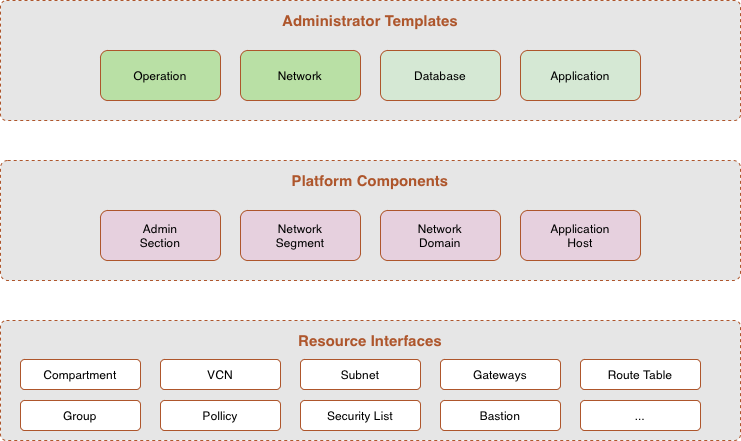
The draw.io diagram doc/image/code_structure.png in oracle-devrel/terraform-oci-ocloud-foundation, before a commit. Source tidied: cells renumbered, new cells last; positions are measured from the earlier drawing's top-left corner, leaving out a move shared by most shapes.
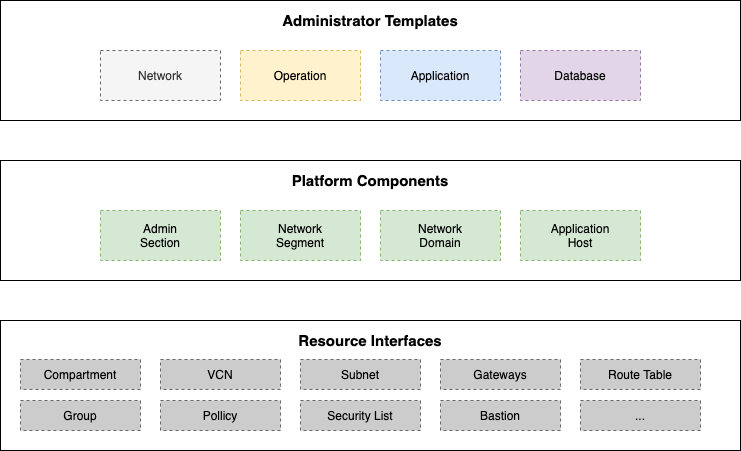
Above is the later version.

Diff of the diagram source:
```diff
@@ -2,67 +2,67 @@
   <root>
     <mxCell id="0" />
     <mxCell id="1" parent="0" />
-    <mxCell id="2" value="Administrator Templates" style="rounded=1;whiteSpace=wrap;html=1;arcSize=5;verticalAlign=top;spacingTop=5;fontStyle=1;fontSize=15;fillColor=#E6E6E6;strokeColor=#AE562C;fontColor=#AE562C;dashed=1;" parent="1" vertex="1">
+    <mxCell id="2" value="Administrator Templates" style="rounded=0;whiteSpace=wrap;html=1;arcSize=5;verticalAlign=top;spacingTop=5;fontStyle=1;fontSize=15;" parent="1" vertex="1">
       <mxGeometry width="740" height="120" as="geometry" />
     </mxCell>
-    <mxCell id="3" value="Platform Components" style="rounded=1;whiteSpace=wrap;html=1;arcSize=6;verticalAlign=top;spacingTop=5;fontStyle=1;fontSize=15;fillColor=#E6E6E6;strokeColor=#AE562C;fontColor=#AE562C;dashed=1;" parent="1" vertex="1">
+    <mxCell id="3" value="Platform Components" style="rounded=0;whiteSpace=wrap;html=1;arcSize=6;verticalAlign=top;spacingTop=5;fontStyle=1;fontSize=15;" parent="1" vertex="1">
       <mxGeometry y="160" width="740" height="120" as="geometry" />
     </mxCell>
-    <mxCell id="4" value="Resource Interfaces" style="rounded=1;whiteSpace=wrap;html=1;arcSize=5;verticalAlign=top;spacingTop=5;fontStyle=1;fontSize=15;fillColor=#E6E6E6;strokeColor=#AE562C;fontColor=#AE562C;dashed=1;" parent="1" vertex="1">
-      <mxGeometry y="320" width="740" height="120" as="geometry" />
+    <mxCell id="4" value="Resource Interfaces" style="rounded=0;whiteSpace=wrap;html=1;arcSize=5;verticalAlign=top;spacingTop=5;fontStyle=1;fontSize=15;" parent="1" vertex="1">
+      <mxGeometry y="320" width="740" height="130" as="geometry" />
     </mxCell>
-    <mxCell id="5" value="Operation" style="rounded=1;whiteSpace=wrap;html=1;strokeColor=#AE562C;fillColor=#B9E0A5;" parent="1" vertex="1">
-      <mxGeometry x="100" y="50" width="120" height="50" as="geometry" />
+    <mxCell id="5" value="Operation" style="rounded=0;whiteSpace=wrap;html=1;strokeColor=#d6b656;fillColor=#fff2cc;dashed=1;" parent="1" vertex="1">
+      <mxGeometry x="240" y="50" width="120" height="50" as="geometry" />
     </mxCell>
-    <mxCell id="6" value="Network" style="rounded=1;whiteSpace=wrap;html=1;strokeColor=#AE562C;fillColor=#B9E0A5;" parent="1" vertex="1">
-      <mxGeometry x="240" y="50" width="120" height="50" as="geometry" />
+    <mxCell id="6" value="Network" style="rounded=0;whiteSpace=wrap;html=1;strokeColor=#666666;fillColor=#f5f5f5;fontColor=#333333;dashed=1;" parent="1" vertex="1">
+      <mxGeometry x="100" y="50" width="120" height="50" as="geometry" />
     </mxCell>
-    <mxCell id="7" value="Database" style="rounded=1;whiteSpace=wrap;html=1;strokeColor=#AE562C;fillColor=#D5E8D4;" parent="1" vertex="1">
-      <mxGeometry x="380" y="50" width="120" height="50" as="geometry" />
+    <mxCell id="7" value="Database" style="rounded=0;whiteSpace=wrap;html=1;strokeColor=#9673a6;fillColor=#e1d5e7;dashed=1;" parent="1" vertex="1">
+      <mxGeometry x="520" y="50" width="120" height="50" as="geometry" />
     </mxCell>
-    <mxCell id="8" value="Application" style="rounded=1;whiteSpace=wrap;html=1;strokeColor=#AE562C;fillColor=#D5E8D4;" parent="1" vertex="1">
-      <mxGeometry x="520" y="50" width="120" height="50" as="geometry" />
+    <mxCell id="8" value="Application" style="rounded=0;whiteSpace=wrap;html=1;strokeColor=#6c8ebf;fillColor=#dae8fc;dashed=1;" parent="1" vertex="1">
+      <mxGeometry x="380" y="50" width="120" height="50" as="geometry" />
     </mxCell>
-    <mxCell id="9" value="Admin&lt;br&gt;Section" style="rounded=1;whiteSpace=wrap;html=1;strokeColor=#AE562C;fillColor=#E6D0DE;" parent="1" vertex="1">
+    <mxCell id="9" value="Admin&lt;br&gt;Section" style="rounded=0;whiteSpace=wrap;html=1;strokeColor=#82b366;fillColor=#d5e8d4;dashed=1;" parent="1" vertex="1">
       <mxGeometry x="100" y="210" width="120" height="50" as="geometry" />
     </mxCell>
-    <mxCell id="10" value="Network&lt;br&gt;Segment" style="rounded=1;whiteSpace=wrap;html=1;strokeColor=#AE562C;fillColor=#E6D0DE;" parent="1" vertex="1">
+    <mxCell id="10" value="Network&lt;br&gt;Segment" style="rounded=0;whiteSpace=wrap;html=1;strokeColor=#82b366;fillColor=#d5e8d4;dashed=1;" parent="1" vertex="1">
       <mxGeometry x="240" y="210" width="120" height="50" as="geometry" />
     </mxCell>
-    <mxCell id="11" value="Network&lt;br&gt;Domain" style="rounded=1;whiteSpace=wrap;html=1;strokeColor=#AE562C;fillColor=#E6D0DE;" parent="1" vertex="1">
+    <mxCell id="11" value="Network&lt;br&gt;Domain" style="rounded=0;whiteSpace=wrap;html=1;strokeColor=#82b366;fillColor=#d5e8d4;dashed=1;" parent="1" vertex="1">
       <mxGeometry x="380" y="210" width="120" height="50" as="geometry" />
     </mxCell>
-    <mxCell id="12" value="Application&lt;br&gt;Host" style="rounded=1;whiteSpace=wrap;html=1;strokeColor=#AE562C;fillColor=#E6D0DE;" parent="1" vertex="1">
+    <mxCell id="12" value="Application&lt;br&gt;Host" style="rounded=0;whiteSpace=wrap;html=1;strokeColor=#82b366;fillColor=#d5e8d4;dashed=1;" parent="1" vertex="1">
       <mxGeometry x="520" y="210" width="120" height="50" as="geometry" />
     </mxCell>
-    <mxCell id="13" value="Group" style="rounded=1;whiteSpace=wrap;html=1;strokeColor=#AE562C;" parent="1" vertex="1">
+    <mxCell id="13" value="Group" style="rounded=0;whiteSpace=wrap;html=1;fillColor=#CCCCCC;strokeColor=#666666;dashed=1;" parent="1" vertex="1">
       <mxGeometry x="20" y="400" width="120" height="30" as="geometry" />
     </mxCell>
-    <mxCell id="14" value="Pollicy" style="rounded=1;whiteSpace=wrap;html=1;strokeColor=#AE562C;" parent="1" vertex="1">
+    <mxCell id="14" value="Pollicy" style="rounded=0;whiteSpace=wrap;html=1;fillColor=#CCCCCC;strokeColor=#666666;dashed=1;" parent="1" vertex="1">
       <mxGeometry x="160" y="400" width="120" height="30" as="geometry" />
     </mxCell>
-    <mxCell id="15" value="Security List" style="rounded=1;whiteSpace=wrap;html=1;strokeColor=#AE562C;" parent="1" vertex="1">
+    <mxCell id="15" value="Security List" style="rounded=0;whiteSpace=wrap;html=1;fillColor=#CCCCCC;strokeColor=#666666;dashed=1;" parent="1" vertex="1">
       <mxGeometry x="300" y="400" width="120" height="30" as="geometry" />
     </mxCell>
-    <mxCell id="16" value="Bastion" style="rounded=1;whiteSpace=wrap;html=1;strokeColor=#AE562C;" parent="1" vertex="1">
+    <mxCell id="16" value="Bastion" style="rounded=0;whiteSpace=wrap;html=1;fillColor=#CCCCCC;strokeColor=#666666;dashed=1;" parent="1" vertex="1">
       <mxGeometry x="440" y="400" width="120" height="30" as="geometry" />
     </mxCell>
-    <mxCell id="17" value="..." style="rounded=1;whiteSpace=wrap;html=1;strokeColor=#AE562C;" parent="1" vertex="1">
+    <mxCell id="17" value="..." style="rounded=0;whiteSpace=wrap;html=1;fillColor=#CCCCCC;strokeColor=#666666;dashed=1;" parent="1" vertex="1">
       <mxGeometry x="580" y="400" width="120" height="30" as="geometry" />
     </mxCell>
-    <mxCell id="18" value="Compartment" style="rounded=1;whiteSpace=wrap;html=1;strokeColor=#AE562C;" parent="1" vertex="1">
+    <mxCell id="18" value="Compartment" style="rounded=0;whiteSpace=wrap;html=1;fillColor=#CCCCCC;strokeColor=#666666;dashed=1;" parent="1" vertex="1">
       <mxGeometry x="20" y="359" width="120" height="30" as="geometry" />
     </mxCell>
-    <mxCell id="19" value="VCN" style="rounded=1;whiteSpace=wrap;html=1;strokeColor=#AE562C;" parent="1" vertex="1">
+    <mxCell id="19" value="VCN" style="rounded=0;whiteSpace=wrap;html=1;fillColor=#CCCCCC;strokeColor=#666666;dashed=1;" parent="1" vertex="1">
       <mxGeometry x="160" y="359" width="120" height="30" as="geometry" />
     </mxCell>
-    <mxCell id="20" value="Subnet" style="rounded=1;whiteSpace=wrap;html=1;strokeColor=#AE562C;" parent="1" vertex="1">
+    <mxCell id="20" value="Subnet" style="rounded=0;whiteSpace=wrap;html=1;fillColor=#CCCCCC;strokeColor=#666666;dashed=1;" parent="1" vertex="1">
       <mxGeometry x="300" y="359" width="120" height="30" as="geometry" />
     </mxCell>
-    <mxCell id="21" value="Gateways" style="rounded=1;whiteSpace=wrap;html=1;strokeColor=#AE562C;" parent="1" vertex="1">
+    <mxCell id="21" value="Gateways" style="rounded=0;whiteSpace=wrap;html=1;fillColor=#CCCCCC;strokeColor=#666666;dashed=1;" parent="1" vertex="1">
       <mxGeometry x="440" y="359" width="120" height="30" as="geometry" />
     </mxCell>
-    <mxCell id="22" value="Route Table" style="rounded=1;whiteSpace=wrap;html=1;strokeColor=#AE562C;" parent="1" vertex="1">
+    <mxCell id="22" value="Route Table" style="rounded=0;whiteSpace=wrap;html=1;fillColor=#CCCCCC;strokeColor=#666666;dashed=1;" parent="1" vertex="1">
       <mxGeometry x="580" y="359" width="120" height="30" as="geometry" />
     </mxCell>
   </root>
```
